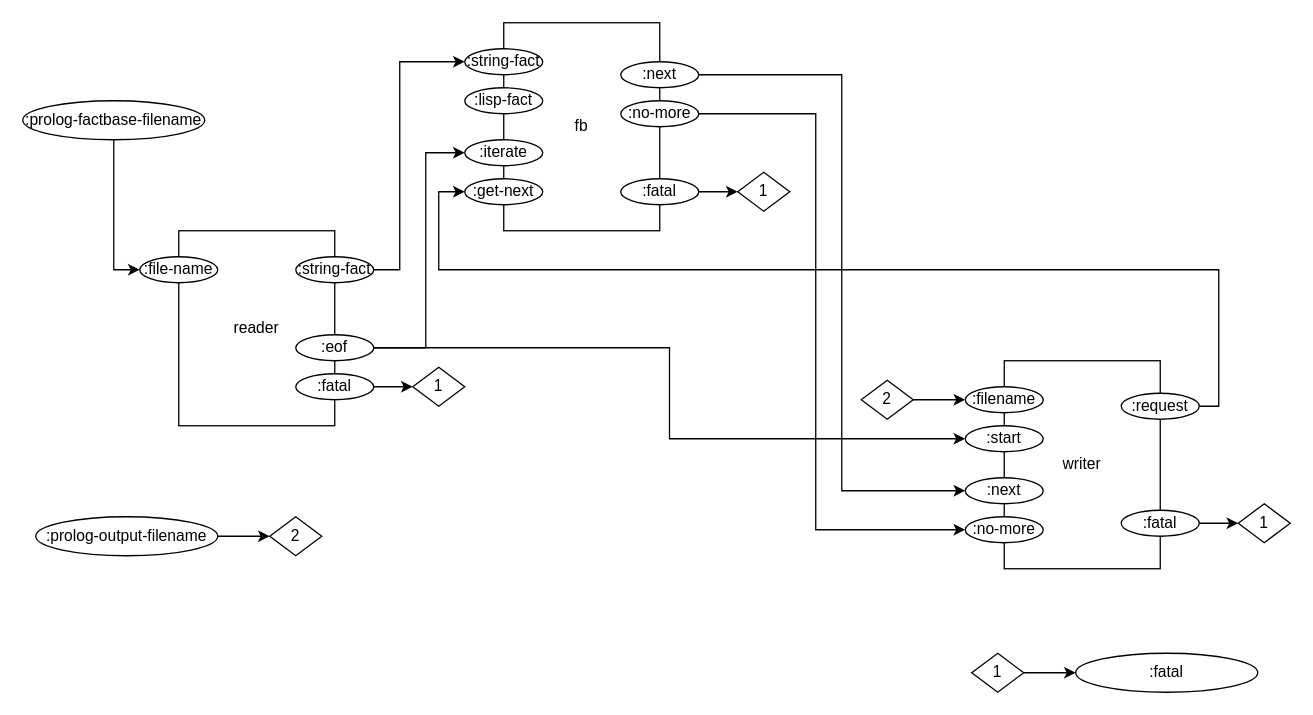
Before: page "Compiler" (1 of 5) of svg/cl-compiler/read write.drawio in bmfbp/bmfbp, a draw.io diagram. Source tidied: cells renumbered, new cells numbered last; positions are measured from the earlier drawing's top-left corner, leaving out a move shared by most shapes. Both pictures are drawn from the tidied source at 130%, with x=0, y=0 at pixel (22, 22).
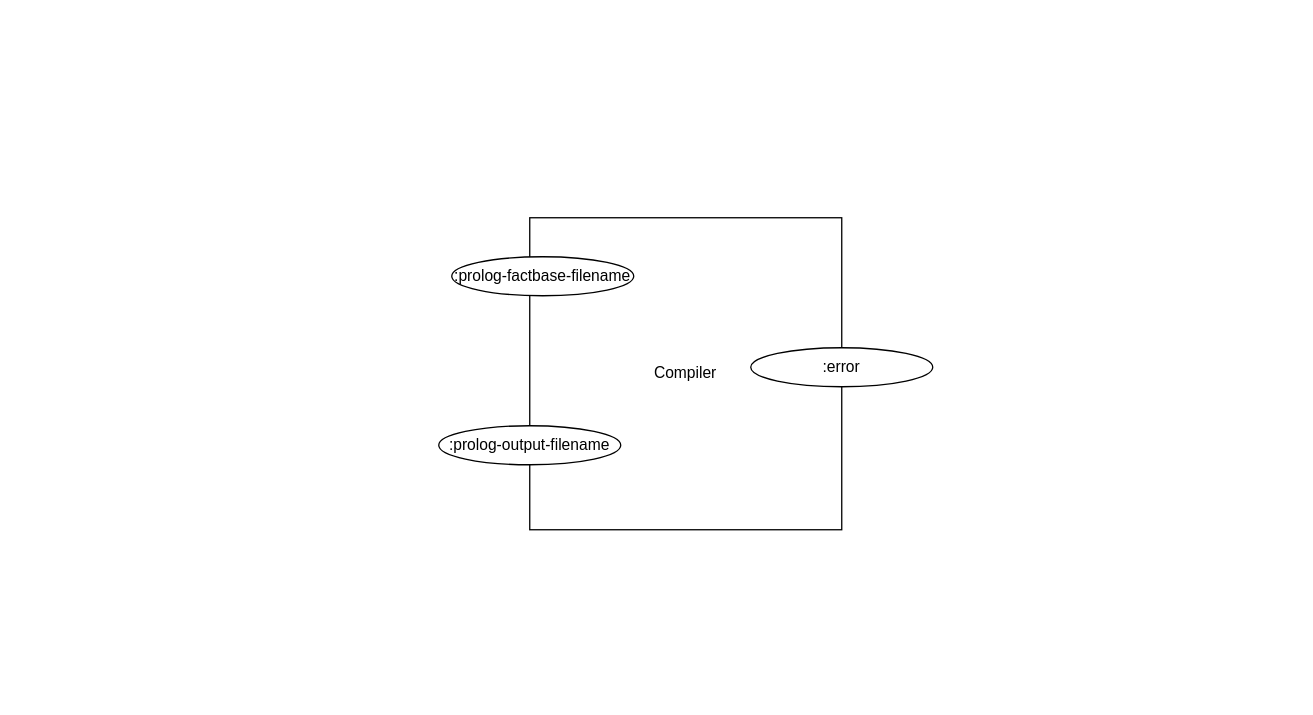
The same page after the edit.

Diff of the diagram source:
```diff
@@
-    <mxCell id="2" value="reader" style="rounded=0;whiteSpace=wrap;html=1;" parent="1" vertex="1">
-      <mxGeometry x="120" y="160" width="120" height="150" as="geometry" />
-    </mxCell>
-    <mxCell id="3" value="fb" style="rounded=0;whiteSpace=wrap;html=1;" parent="1" vertex="1">
-      <mxGeometry x="370" width="120" height="160" as="geometry" />
-    </mxCell>
-    <mxCell id="4" value="writer" style="rounded=0;whiteSpace=wrap;html=1;" parent="1" vertex="1">
-      <mxGeometry x="755" y="260" width="120" height="160" as="geometry" />
-    </mxCell>
-    <mxCell id="5" style="edgeStyle=orthogonalEdgeStyle;rounded=0;jettySize=auto;html=1;exitX=1;exitY=0.5;exitDx=0;exitDy=0;" parent="1" edge="1" source="6" target="40">
-      <mxGeometry relative="1" as="geometry" />
-    </mxCell>
-    <mxCell id="6" value=":fatal" style="ellipse;whiteSpace=wrap;html=1;" parent="1" vertex="1">
-      <mxGeometry x="210" y="270" width="60" height="20" as="geometry" />
-    </mxCell>
-    <mxCell id="7" style="edgeStyle=orthogonalEdgeStyle;rounded=0;jettySize=auto;html=1;exitX=1;exitY=0.5;exitDx=0;exitDy=0;entryX=0;entryY=0.5;entryDx=0;entryDy=0;" parent="1" edge="1" source="9" target="35">
-      <mxGeometry relative="1" as="geometry">
-        <Array as="points">
-          <mxPoint x="310" y="250" />
-          <mxPoint x="310" y="100" />
-        </Array>
-      </mxGeometry>
-    </mxCell>
-    <mxCell id="8" style="edgeStyle=orthogonalEdgeStyle;rounded=0;jettySize=auto;html=1;exitX=1;exitY=0.5;exitDx=0;exitDy=0;entryX=0;entryY=0.5;entryDx=0;entryDy=0;" parent="1" edge="1" source="9" target="22">
-      <mxGeometry relative="1" as="geometry" />
-    </mxCell>
-    <mxCell id="9" value=":eof" style="ellipse;whiteSpace=wrap;html=1;" parent="1" vertex="1">
-      <mxGeometry x="210" y="240" width="60" height="20" as="geometry" />
-    </mxCell>
-    <mxCell id="10" style="edgeStyle=orthogonalEdgeStyle;rounded=0;jettySize=auto;html=1;exitX=1;exitY=0.5;exitDx=0;exitDy=0;entryX=0;entryY=0.5;entryDx=0;entryDy=0;" parent="1" edge="1" source="11" target="21">
-      <mxGeometry relative="1" as="geometry">
-        <Array as="points">
-          <mxPoint x="290" y="190" />
-          <mxPoint x="290" y="30" />
-        </Array>
-      </mxGeometry>
-    </mxCell>
-    <mxCell id="11" value=":string-fact" style="ellipse;whiteSpace=wrap;html=1;" parent="1" vertex="1">
-      <mxGeometry x="210" y="180" width="60" height="20" as="geometry" />
-    </mxCell>
-    <mxCell id="12" value=":file-name" style="ellipse;whiteSpace=wrap;html=1;" parent="1" vertex="1">
-      <mxGeometry x="90" y="180" width="60" height="20" as="geometry" />
-    </mxCell>
-    <mxCell id="13" value=":lisp-fact" style="ellipse;whiteSpace=wrap;html=1;" parent="1" vertex="1">
-      <mxGeometry x="340" y="50" width="60" height="20" as="geometry" />
-    </mxCell>
-    <mxCell id="14" value=":get-next" style="ellipse;whiteSpace=wrap;html=1;" parent="1" vertex="1">
-      <mxGeometry x="340" y="120" width="60" height="20" as="geometry" />
-    </mxCell>
-    <mxCell id="15" style="edgeStyle=orthogonalEdgeStyle;rounded=0;jettySize=auto;html=1;exitX=1;exitY=0.5;exitDx=0;exitDy=0;entryX=0;entryY=0.5;entryDx=0;entryDy=0;" parent="1" edge="1" source="16" target="29">
-      <mxGeometry relative="1" as="geometry">
-        <Array as="points">
-          <mxPoint x="630" y="40" />
-          <mxPoint x="630" y="360" />
-        </Array>
-      </mxGeometry>
-    </mxCell>
-    <mxCell id="16" value=":next" style="ellipse;whiteSpace=wrap;html=1;" parent="1" vertex="1">
-      <mxGeometry x="460" y="30" width="60" height="20" as="geometry" />
-    </mxCell>
-    <mxCell id="17" style="edgeStyle=orthogonalEdgeStyle;rounded=0;jettySize=auto;html=1;exitX=1;exitY=0.5;exitDx=0;exitDy=0;entryX=0;entryY=0.5;entryDx=0;entryDy=0;" parent="1" edge="1" source="18" target="23">
-      <mxGeometry relative="1" as="geometry">
-        <Array as="points">
-          <mxPoint x="610" y="70" />
-          <mxPoint x="610" y="390" />
-        </Array>
-      </mxGeometry>
-    </mxCell>
-    <mxCell id="18" value=":no-more" style="ellipse;whiteSpace=wrap;html=1;" parent="1" vertex="1">
-      <mxGeometry x="460" y="60" width="60" height="20" as="geometry" />
-    </mxCell>
-    <mxCell id="19" style="edgeStyle=orthogonalEdgeStyle;rounded=0;jettySize=auto;html=1;exitX=1;exitY=0.5;exitDx=0;exitDy=0;" parent="1" edge="1" source="20" target="39">
-      <mxGeometry relative="1" as="geometry" />
-    </mxCell>
-    <mxCell id="20" value=":fatal" style="ellipse;whiteSpace=wrap;html=1;" parent="1" vertex="1">
-      <mxGeometry x="460" y="120" width="60" height="20" as="geometry" />
-    </mxCell>
-    <mxCell id="21" value=":string-fact" style="ellipse;whiteSpace=wrap;html=1;" parent="1" vertex="1">
-      <mxGeometry x="340" y="20" width="60" height="20" as="geometry" />
-    </mxCell>
-    <mxCell id="22" value=":start" style="ellipse;whiteSpace=wrap;html=1;" parent="1" vertex="1">
-      <mxGeometry x="725" y="310" width="60" height="20" as="geometry" />
-    </mxCell>
-    <mxCell id="23" value=":no-more" style="ellipse;whiteSpace=wrap;html=1;" parent="1" vertex="1">
-      <mxGeometry x="725" y="380" width="60" height="20" as="geometry" />
-    </mxCell>
-    <mxCell id="24" value=":filename" style="ellipse;whiteSpace=wrap;html=1;" parent="1" vertex="1">
-      <mxGeometry x="725" y="280" width="60" height="20" as="geometry" />
-    </mxCell>
-    <mxCell id="25" style="edgeStyle=orthogonalEdgeStyle;rounded=0;jettySize=auto;html=1;exitX=1;exitY=0.5;exitDx=0;exitDy=0;entryX=0;entryY=0.5;entryDx=0;entryDy=0;" parent="1" edge="1" source="26" target="14">
-      <mxGeometry relative="1" as="geometry">
-        <Array as="points">
-          <mxPoint x="920" y="295" />
-          <mxPoint x="920" y="190" />
-          <mxPoint x="320" y="190" />
-          <mxPoint x="320" y="130" />
-        </Array>
-      </mxGeometry>
-    </mxCell>
-    <mxCell id="26" value=":request" style="ellipse;whiteSpace=wrap;html=1;" parent="1" vertex="1">
-      <mxGeometry x="845" y="285" width="60" height="20" as="geometry" />
-    </mxCell>
-    <mxCell id="27" style="edgeStyle=orthogonalEdgeStyle;rounded=0;jettySize=auto;html=1;exitX=1;exitY=0.5;exitDx=0;exitDy=0;" parent="1" edge="1" source="28" target="38">
-      <mxGeometry relative="1" as="geometry" />
-    </mxCell>
-    <mxCell id="28" value=":fatal" style="ellipse;whiteSpace=wrap;html=1;" parent="1" vertex="1">
-      <mxGeometry x="845" y="375" width="60" height="20" as="geometry" />
-    </mxCell>
-    <mxCell id="29" value=":next" style="ellipse;whiteSpace=wrap;html=1;" parent="1" vertex="1">
-      <mxGeometry x="725" y="350" width="60" height="20" as="geometry" />
-    </mxCell>
-    <mxCell id="30" style="edgeStyle=orthogonalEdgeStyle;rounded=0;jettySize=auto;html=1;exitX=0.5;exitY=1;exitDx=0;exitDy=0;entryX=0;entryY=0.5;entryDx=0;entryDy=0;" parent="1" edge="1" source="31" target="12">
-      <mxGeometry relative="1" as="geometry" />
-    </mxCell>
+    <mxCell id="44" value="Compiler" style="whiteSpace=wrap;html=1;" parent="1" vertex="1">
+      <mxGeometry x="390" y="150" width="240" height="240" as="geometry" />
+    </mxCell>
     <mxCell id="31" value=":prolog-factbase-filename&lt;br&gt;" style="ellipse;whiteSpace=wrap;html=1;" parent="1" vertex="1">
-      <mxGeometry y="60" width="140" height="30" as="geometry" />
+      <mxGeometry x="330" y="180" width="140" height="30" as="geometry" />
     </mxCell>
-    <mxCell id="32" style="edgeStyle=orthogonalEdgeStyle;rounded=0;jettySize=auto;html=1;exitX=1;exitY=0.5;exitDx=0;exitDy=0;" parent="1" edge="1" source="33" target="41">
-      <mxGeometry relative="1" as="geometry" />
-    </mxCell>
     <mxCell id="33" value=":prolog-output-filename" style="ellipse;whiteSpace=wrap;html=1;" parent="1" vertex="1">
-      <mxGeometry x="10" y="380" width="140" height="30" as="geometry" />
+      <mxGeometry x="320" y="310" width="140" height="30" as="geometry" />
     </mxCell>
-    <mxCell id="34" value=":fatal" style="ellipse;whiteSpace=wrap;html=1;" parent="1" vertex="1">
-      <mxGeometry x="810" y="485" width="140" height="30" as="geometry" />
+    <mxCell id="34" value=":error" style="ellipse;whiteSpace=wrap;html=1;" parent="1" vertex="1">
+      <mxGeometry x="560" y="250" width="140" height="30" as="geometry" />
     </mxCell>
-    <mxCell id="35" value=":iterate" style="ellipse;whiteSpace=wrap;html=1;" parent="1" vertex="1">
-      <mxGeometry x="340" y="90" width="60" height="20" as="geometry" />
-    </mxCell>
-    <mxCell id="36" style="edgeStyle=orthogonalEdgeStyle;rounded=0;jettySize=auto;html=1;exitX=1;exitY=0.5;exitDx=0;exitDy=0;entryX=0;entryY=0.5;entryDx=0;entryDy=0;" parent="1" edge="1" source="37" target="34">
-      <mxGeometry relative="1" as="geometry" />
-    </mxCell>
-    <mxCell id="37" value="1" style="rhombus;whiteSpace=wrap;html=1;" parent="1" vertex="1">
-      <mxGeometry x="730" y="485" width="40" height="30" as="geometry" />
-    </mxCell>
-    <mxCell id="38" value="1" style="rhombus;whiteSpace=wrap;html=1;" parent="1" vertex="1">
-      <mxGeometry x="935" y="370" width="40" height="30" as="geometry" />
-    </mxCell>
-    <mxCell id="39" value="1" style="rhombus;whiteSpace=wrap;html=1;" parent="1" vertex="1">
-      <mxGeometry x="550" y="115" width="40" height="30" as="geometry" />
-    </mxCell>
-    <mxCell id="40" value="1" style="rhombus;whiteSpace=wrap;html=1;" parent="1" vertex="1">
-      <mxGeometry x="300" y="265" width="40" height="30" as="geometry" />
-    </mxCell>
-    <mxCell id="41" value="2" style="rhombus;whiteSpace=wrap;html=1;" parent="1" vertex="1">
-      <mxGeometry x="190" y="380" width="40" height="30" as="geometry" />
-    </mxCell>
-    <mxCell id="42" style="edgeStyle=orthogonalEdgeStyle;rounded=0;jettySize=auto;html=1;exitX=1;exitY=0.5;exitDx=0;exitDy=0;" parent="1" edge="1" source="43" target="24">
-      <mxGeometry relative="1" as="geometry" />
-    </mxCell>
-    <mxCell id="43" value="2" style="rhombus;whiteSpace=wrap;html=1;" parent="1" vertex="1">
-      <mxGeometry x="645" y="275" width="40" height="30" as="geometry" />
-    </mxCell>
```
